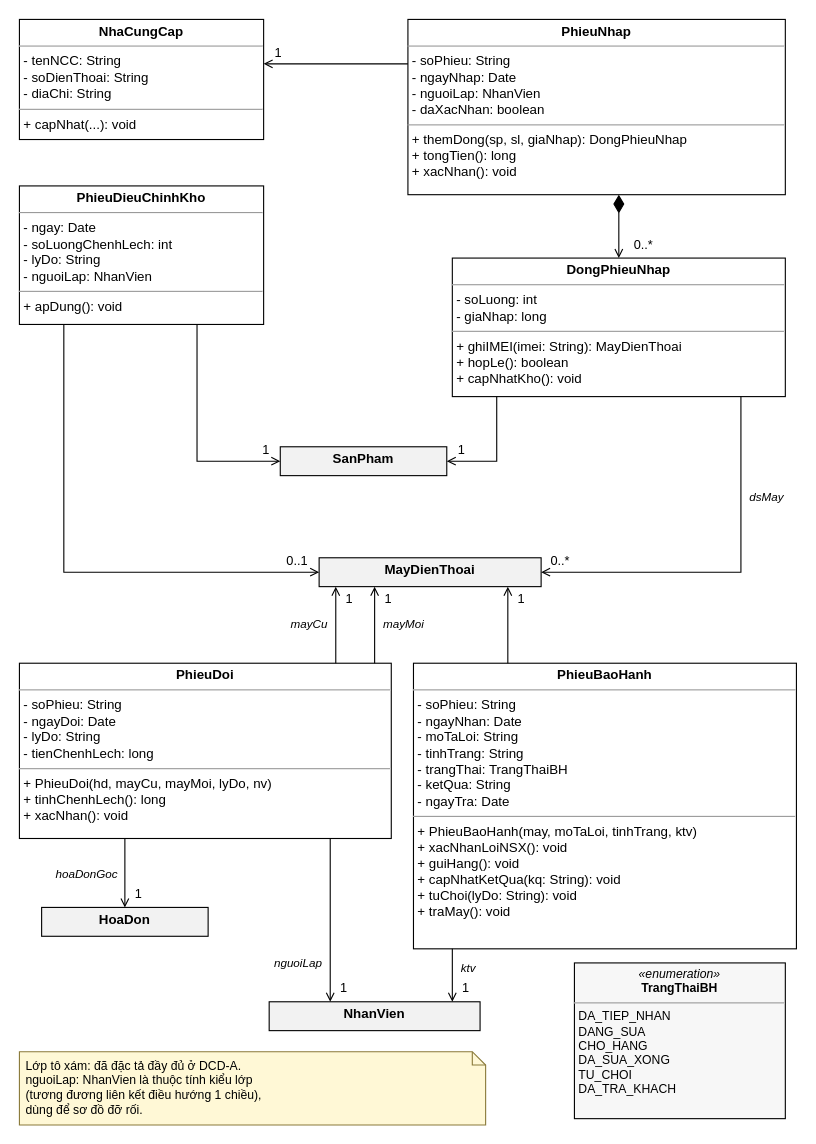
trungkien1407/OOP keeps this draw.io diagram as SoDo/10_DCD_NhapHang_SauBan.drawio. Above is the earlier version. Source tidied: cells renumbered, new cells numbered last; positions are measured from the earlier drawing's top-left corner, leaving out a move shared by most shapes. Both pictures are drawn from the tidied source at 111%, with x=0, y=0 at pixel (19, 19).
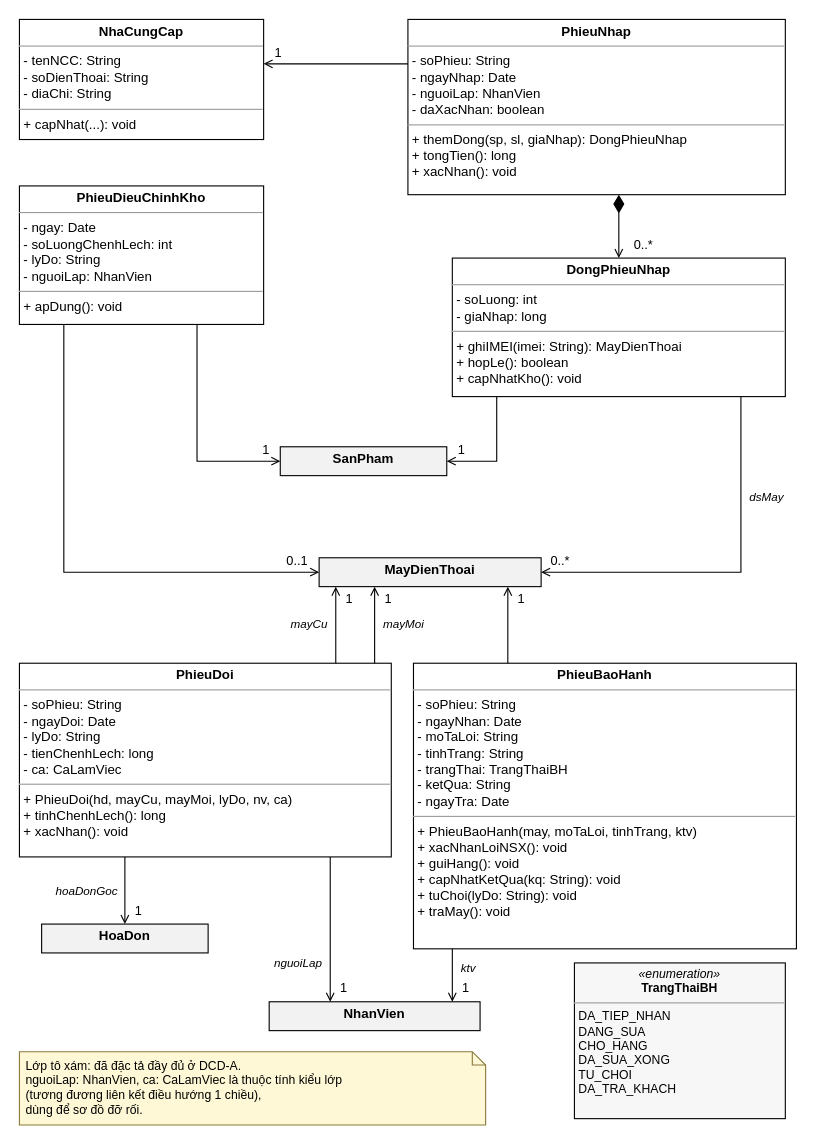
The same page after the edit.

What changed in the source:
```diff
@@
-    <mxCell id="8" value="&lt;p style=&quot;margin:0px;margin-top:4px;text-align:center;&quot;&gt;&lt;b&gt;PhieuDoi&lt;/b&gt;&lt;/p&gt;&lt;hr size=&quot;1&quot;&gt;&lt;p style=&quot;margin:0px;margin-left:4px;&quot;&gt;- soPhieu: String&lt;br&gt;- ngayDoi: Date&lt;br&gt;- lyDo: String&lt;br&gt;- tienChenhLech: long&lt;/p&gt;&lt;hr size=&quot;1&quot;&gt;&lt;p style=&quot;margin:0px;margin-left:4px;&quot;&gt;+ PhieuDoi(hd, mayCu, mayMoi, lyDo, nv)&lt;br&gt;+ tinhChenhLech(): long&lt;br&gt;+ xacNhan(): void&lt;/p&gt;" style="verticalAlign=top;align=left;overflow=fill;html=1;whiteSpace=wrap;fontSize=12;fillColor=#fff;" parent="1" vertex="1">
-      <mxGeometry y="580" width="335" height="157.9" as="geometry" />
+    <mxCell id="8" value="&lt;p style=&quot;margin:0px;margin-top:4px;text-align:center;&quot;&gt;&lt;b&gt;PhieuDoi&lt;/b&gt;&lt;/p&gt;&lt;hr size=&quot;1&quot;&gt;&lt;p style=&quot;margin:0px;margin-left:4px;&quot;&gt;- soPhieu: String&lt;br&gt;- ngayDoi: Date&lt;br&gt;- lyDo: String&lt;br&gt;- tienChenhLech: long&lt;br&gt;- ca: CaLamViec&lt;/p&gt;&lt;hr size=&quot;1&quot;&gt;&lt;p style=&quot;margin:0px;margin-left:4px;&quot;&gt;+ PhieuDoi(hd, mayCu, mayMoi, lyDo, nv, ca)&lt;br&gt;+ tinhChenhLech(): long&lt;br&gt;+ xacNhan(): void&lt;/p&gt;" style="verticalAlign=top;align=left;overflow=fill;html=1;whiteSpace=wrap;fontSize=12;fillColor=#fff;" parent="1" vertex="1">
+      <mxGeometry y="580" width="335" height="174.5" as="geometry" />
     </mxCell>
@@
     <mxCell id="10" value="&lt;p style=&quot;margin:0px;margin-top:4px;text-align:center;&quot;&gt;&lt;b&gt;HoaDon&lt;/b&gt;&lt;/p&gt;" style="verticalAlign=top;align=left;overflow=fill;html=1;whiteSpace=wrap;fontSize=12;fillColor=#F2F2F2;" parent="1" vertex="1">
-      <mxGeometry x="20" y="800" width="150" height="26" as="geometry" />
+      <mxGeometry x="20" y="815" width="150" height="26" as="geometry" />
     </mxCell>
@@
     <mxCell id="33" style="html=1;rounded=0;endArrow=open;endFill=0;startArrow=none;" parent="1" edge="1">
       <mxGeometry relative="1" as="geometry">
-        <mxPoint x="95" y="737.9" as="sourcePoint" />
-        <mxPoint x="95" y="800" as="targetPoint" />
+        <mxPoint x="95" y="754.5" as="sourcePoint" />
+        <mxPoint x="95" y="815" as="targetPoint" />
       </mxGeometry>
     </mxCell>
     <mxCell id="34" value="1" style="text;html=1;align=center;verticalAlign=middle;fontSize=11.5;spacing=0;labelBackgroundColor=#ffffff;" parent="1" vertex="1">
-      <mxGeometry x="99.8" y="778.8" width="14.3" height="18.4" as="geometry" />
+      <mxGeometry x="99.8" y="793.8" width="14.3" height="18.4" as="geometry" />
     </mxCell>
     <mxCell id="35" value="hoaDonGoc" style="text;html=1;align=right;verticalAlign=middle;fontSize=10.5;spacing=0;fontStyle=2;labelBackgroundColor=#ffffff;" parent="1" vertex="1">
-      <mxGeometry x="25.3" y="761.4" width="62.7" height="17.1" as="geometry" />
+      <mxGeometry x="25.3" y="776.4" width="62.7" height="17.1" as="geometry" />
     </mxCell>
     <mxCell id="36" style="html=1;rounded=0;endArrow=open;endFill=0;startArrow=none;" parent="1" edge="1">
       <mxGeometry relative="1" as="geometry">
-        <mxPoint x="280" y="737.9" as="sourcePoint" />
+        <mxPoint x="280" y="754.5" as="sourcePoint" />
         <mxPoint x="280" y="885" as="targetPoint" />
       </mxGeometry>
     </mxCell>
@@
-    <mxCell id="43" value="Lớp tô xám: đã đặc tả đầy đủ ở DCD-A.&lt;br&gt;nguoiLap: NhanVien là thuộc tính kiểu lớp&lt;br&gt;(tương đương liên kết điều hướng 1 chiều),&lt;br&gt;dùng để sơ đồ đỡ rối." style="shape=note;whiteSpace=wrap;html=1;size=12;align=left;verticalAlign=top;spacingLeft=4;fillColor=#FFF8D6;strokeColor=#8a7a3a;fontSize=11;" parent="1" vertex="1">
+    <mxCell id="43" value="Lớp tô xám: đã đặc tả đầy đủ ở DCD-A.&lt;br&gt;nguoiLap: NhanVien, ca: CaLamViec là thuộc tính kiểu lớp&lt;br&gt;(tương đương liên kết điều hướng 1 chiều),&lt;br&gt;dùng để sơ đồ đỡ rối." style="shape=note;whiteSpace=wrap;html=1;size=12;align=left;verticalAlign=top;spacingLeft=4;fillColor=#FFF8D6;strokeColor=#8a7a3a;fontSize=11;" parent="1" vertex="1">
       <mxGeometry y="930" width="420" height="66" as="geometry" />
     </mxCell>
```
